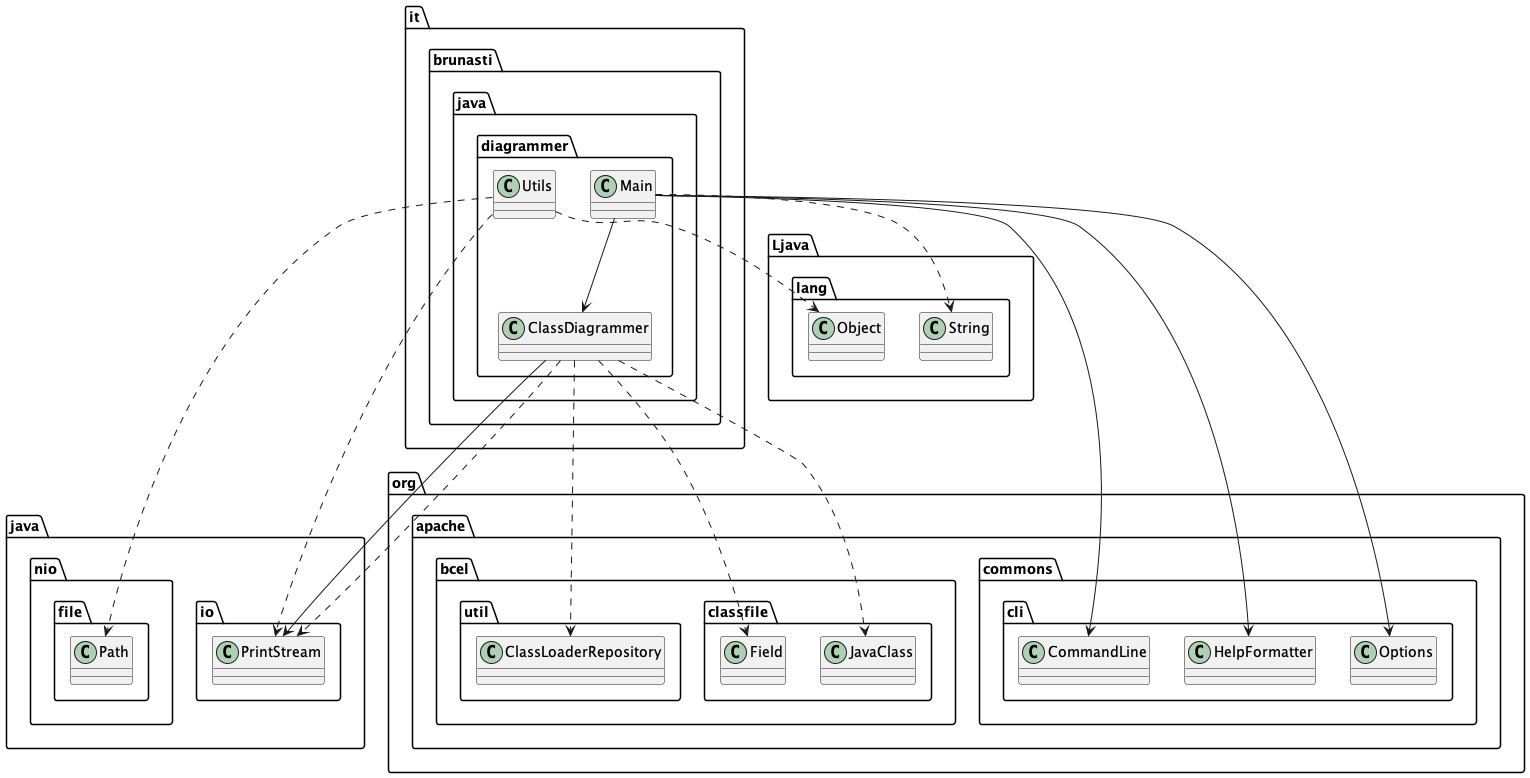
The PlantUML diagram temp/output.png in brunasti/java-diagrammer, before a commit. Source of this version:
```plantuml
@startuml




class it.brunasti.java.diagrammer.ClassDiagrammer
class it.brunasti.java.diagrammer.Utils
class it.brunasti.java.diagrammer.Main



it.brunasti.java.diagrammer.ClassDiagrammer --> java.io.PrintStream
it.brunasti.java.diagrammer.Main --> it.brunasti.java.diagrammer.ClassDiagrammer
it.brunasti.java.diagrammer.Main --> org.apache.commons.cli.CommandLine
it.brunasti.java.diagrammer.Main --> org.apache.commons.cli.HelpFormatter
it.brunasti.java.diagrammer.Main --> org.apache.commons.cli.Options

it.brunasti.java.diagrammer.ClassDiagrammer ..> java.io.PrintStream
it.brunasti.java.diagrammer.ClassDiagrammer ..> org.apache.bcel.classfile.JavaClass
it.brunasti.java.diagrammer.ClassDiagrammer ..> org.apache.bcel.classfile.Field
it.brunasti.java.diagrammer.ClassDiagrammer ..> org.apache.bcel.util.ClassLoaderRepository
it.brunasti.java.diagrammer.Utils ..> Ljava.lang.Object
it.brunasti.java.diagrammer.Utils ..> java.io.PrintStream
it.brunasti.java.diagrammer.Utils ..> java.nio.file.Path
it.brunasti.java.diagrammer.Main ..> Ljava.lang.String



@enduml
```
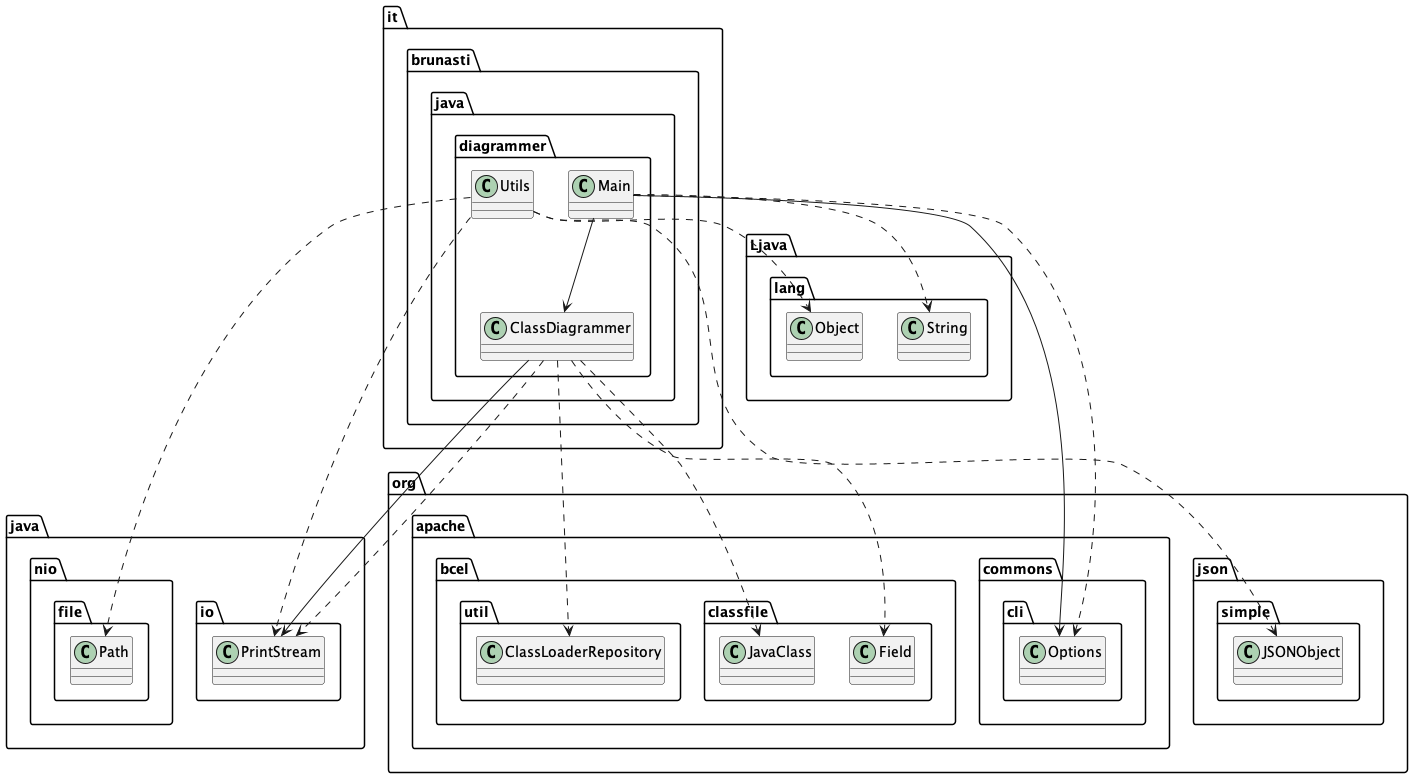
The same file after the commit.

Commit message:
Refresh output diagram and image

Change to the diagram source:
```diff
@@ -11,8 +11,6 @@
 
 it.brunasti.java.diagrammer.ClassDiagrammer --> java.io.PrintStream
 it.brunasti.java.diagrammer.Main --> it.brunasti.java.diagrammer.ClassDiagrammer
-it.brunasti.java.diagrammer.Main --> org.apache.commons.cli.CommandLine
-it.brunasti.java.diagrammer.Main --> org.apache.commons.cli.HelpFormatter
 it.brunasti.java.diagrammer.Main --> org.apache.commons.cli.Options
 
 it.brunasti.java.diagrammer.ClassDiagrammer ..> java.io.PrintStream
@@ -21,9 +19,10 @@
 it.brunasti.java.diagrammer.ClassDiagrammer ..> org.apache.bcel.util.ClassLoaderRepository
 it.brunasti.java.diagrammer.Utils ..> Ljava.lang.Object
 it.brunasti.java.diagrammer.Utils ..> java.io.PrintStream
+it.brunasti.java.diagrammer.Utils ..> org.json.simple.JSONObject
 it.brunasti.java.diagrammer.Utils ..> java.nio.file.Path
 it.brunasti.java.diagrammer.Main ..> Ljava.lang.String
-
+it.brunasti.java.diagrammer.Main ..> org.apache.commons.cli.Options
 
 
 @enduml
```
